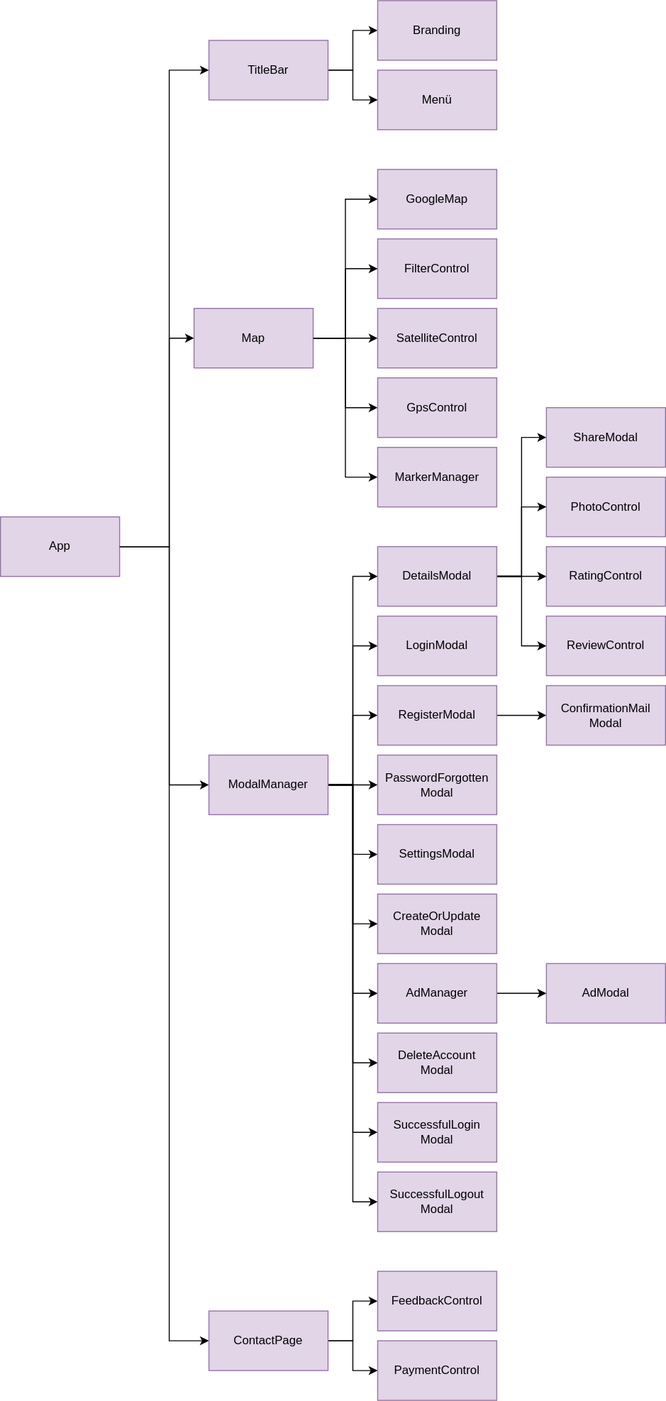
gartenkralle/geolocation-services-doc keeps this draw.io diagram as _images/architecture-front-end.drawio.svg. Above is the earlier version. Source tidied: cells renumbered, new cells last; positions are measured from the earlier drawing's top-left corner, leaving out a move shared by most shapes.
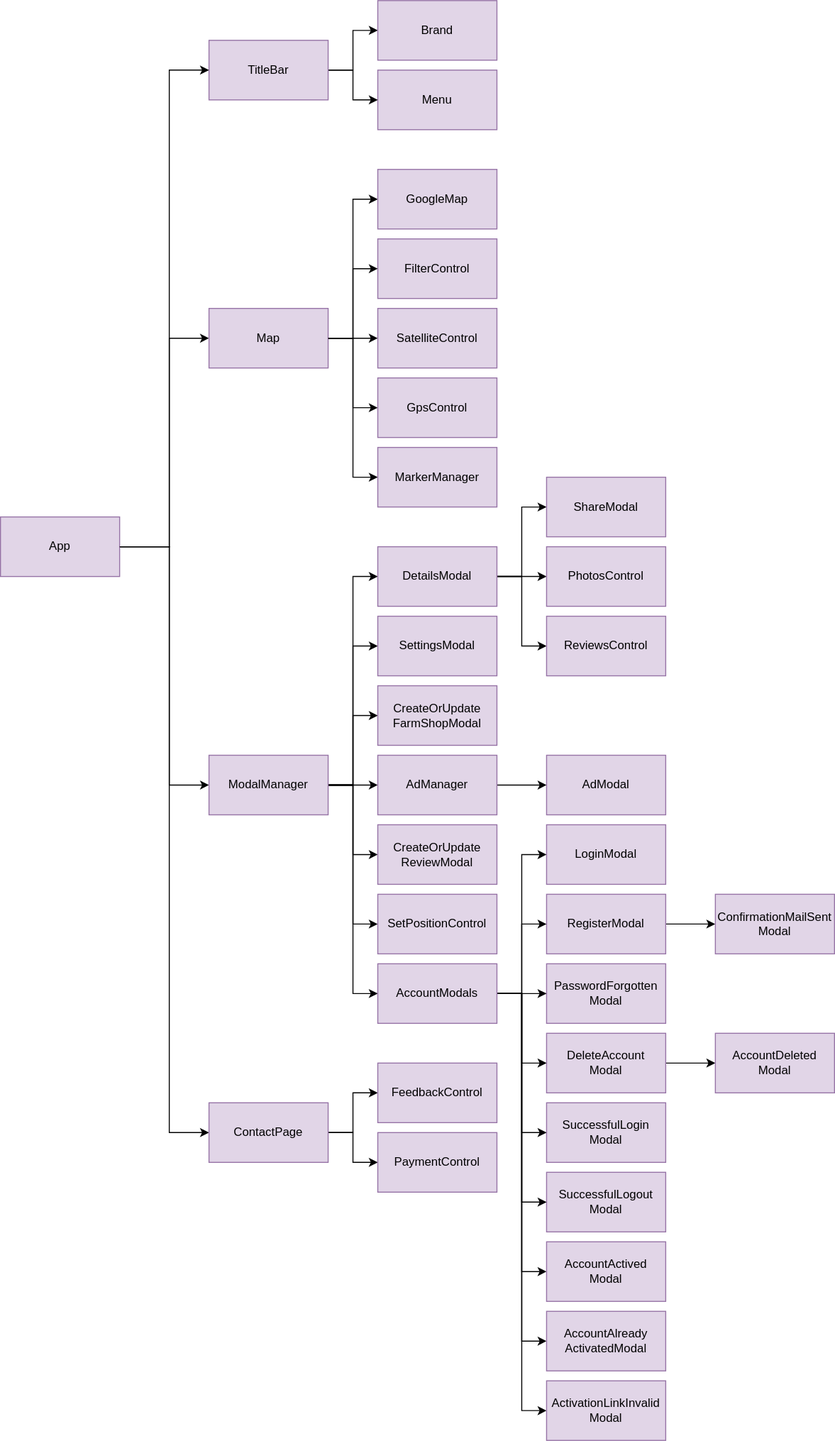
The same file after the commit.

Commit message:
update front end diagram

The edit, as a diff of the source:
```diff
@@ -22,14 +22,14 @@
       <mxGeometry relative="1" as="geometry">
         <Array as="points">
           <mxPoint x="170" y="550" />
-          <mxPoint x="170" y="1350" />
+          <mxPoint x="170" y="1140" />
         </Array>
       </mxGeometry>
     </mxCell>
     <mxCell id="5" value="App" style="rounded=0;whiteSpace=wrap;html=1;fillColor=#e1d5e7;strokeColor=#9673a6;" parent="1" vertex="1">
       <mxGeometry y="520" width="120" height="60" as="geometry" />
     </mxCell>
-    <mxCell id="6" value="Menü" style="rounded=0;whiteSpace=wrap;html=1;fillColor=#e1d5e7;strokeColor=#9673a6;" parent="1" vertex="1">
+    <mxCell id="6" value="Menu" style="rounded=0;whiteSpace=wrap;html=1;fillColor=#e1d5e7;strokeColor=#9673a6;" parent="1" vertex="1">
       <mxGeometry x="380" y="70" width="120" height="60" as="geometry" />
     </mxCell>
     <mxCell id="7" style="edgeStyle=orthogonalEdgeStyle;rounded=0;jettySize=auto;html=1;entryX=0;entryY=0.5;entryDx=0;entryDy=0;" parent="1" edge="1" source="11" target="27">
@@ -45,20 +45,11 @@
       <mxGeometry relative="1" as="geometry" />
     </mxCell>
     <mxCell id="11" value="Map" style="rounded=0;whiteSpace=wrap;html=1;fillColor=#e1d5e7;strokeColor=#9673a6;" parent="1" vertex="1">
-      <mxGeometry x="195" y="310" width="120" height="60" as="geometry" />
+      <mxGeometry x="210" y="310" width="120" height="60" as="geometry" />
     </mxCell>
     <mxCell id="12" style="edgeStyle=orthogonalEdgeStyle;rounded=0;jettySize=auto;html=1;entryX=0;entryY=0.5;entryDx=0;entryDy=0;" parent="1" edge="1" source="22" target="37">
       <mxGeometry relative="1" as="geometry" />
     </mxCell>
-    <mxCell id="13" style="edgeStyle=orthogonalEdgeStyle;rounded=0;jettySize=auto;html=1;entryX=0;entryY=0.5;entryDx=0;entryDy=0;" parent="1" edge="1" source="22" target="23">
-      <mxGeometry relative="1" as="geometry" />
-    </mxCell>
-    <mxCell id="14" style="edgeStyle=orthogonalEdgeStyle;rounded=0;jettySize=auto;html=1;entryX=0;entryY=0.5;entryDx=0;entryDy=0;" parent="1" edge="1" source="22" target="25">
-      <mxGeometry relative="1" as="geometry" />
-    </mxCell>
-    <mxCell id="15" style="edgeStyle=orthogonalEdgeStyle;rounded=0;jettySize=auto;html=1;entryX=0;entryY=0.5;entryDx=0;entryDy=0;" parent="1" edge="1" source="22" target="26">
-      <mxGeometry relative="1" as="geometry" />
-    </mxCell>
     <mxCell id="16" style="edgeStyle=orthogonalEdgeStyle;rounded=0;jettySize=auto;html=1;entryX=0;entryY=0.5;entryDx=0;entryDy=0;" parent="1" edge="1" source="22" target="31">
       <mxGeometry relative="1" as="geometry" />
     </mxCell>
@@ -68,29 +59,29 @@
     <mxCell id="18" style="edgeStyle=orthogonalEdgeStyle;rounded=0;jettySize=auto;html=1;entryX=0;entryY=0.5;entryDx=0;entryDy=0;" parent="1" edge="1" source="22" target="46">
       <mxGeometry relative="1" as="geometry" />
     </mxCell>
-    <mxCell id="19" style="edgeStyle=orthogonalEdgeStyle;rounded=0;jettySize=auto;html=1;entryX=0;entryY=0.5;entryDx=0;entryDy=0;" parent="1" edge="1" source="22" target="53">
-      <mxGeometry relative="1" as="geometry" />
-    </mxCell>
-    <mxCell id="20" style="edgeStyle=orthogonalEdgeStyle;rounded=0;jettySize=auto;html=1;entryX=0;entryY=0.5;entryDx=0;entryDy=0;" parent="1" edge="1" source="22" target="58">
-      <mxGeometry relative="1" as="geometry" />
-    </mxCell>
-    <mxCell id="21" style="edgeStyle=orthogonalEdgeStyle;rounded=0;jettySize=auto;html=1;entryX=0;entryY=0.5;entryDx=0;entryDy=0;" parent="1" edge="1" source="22" target="59">
-      <mxGeometry relative="1" as="geometry" />
-    </mxCell>
+    <mxCell id="61" style="edgeStyle=orthogonalEdgeStyle;rounded=0;jettySize=auto;html=1;entryX=0;entryY=0.5;entryDx=0;entryDy=0;" parent="1" edge="1" source="22" target="65">
+      <mxGeometry relative="1" as="geometry" />
+    </mxCell>
+    <mxCell id="62" style="edgeStyle=orthogonalEdgeStyle;rounded=0;jettySize=auto;html=1;entryX=0;entryY=0.5;entryDx=0;entryDy=0;" parent="1" edge="1" source="22" target="66">
+      <mxGeometry relative="1" as="geometry" />
+    </mxCell>
+    <mxCell id="63" style="edgeStyle=orthogonalEdgeStyle;rounded=0;jettySize=auto;html=1;entryX=0;entryY=0.5;entryDx=0;entryDy=0;" parent="1" edge="1" source="22" target="76">
+      <mxGeometry relative="1" as="geometry" />
+    </mxCell>
     <mxCell id="22" value="ModalManager" style="rounded=0;whiteSpace=wrap;html=1;fillColor=#e1d5e7;strokeColor=#9673a6;" parent="1" vertex="1">
       <mxGeometry x="210" y="760" width="120" height="60" as="geometry" />
     </mxCell>
     <mxCell id="23" value="LoginModal" style="rounded=0;whiteSpace=wrap;html=1;fillColor=#e1d5e7;strokeColor=#9673a6;" parent="1" vertex="1">
-      <mxGeometry x="380" y="620" width="120" height="60" as="geometry" />
+      <mxGeometry x="550" y="830" width="120" height="60" as="geometry" />
     </mxCell>
     <mxCell id="24" style="edgeStyle=orthogonalEdgeStyle;rounded=0;jettySize=auto;html=1;entryX=0;entryY=0.5;entryDx=0;entryDy=0;" parent="1" edge="1" source="25" target="60">
       <mxGeometry relative="1" as="geometry" />
     </mxCell>
     <mxCell id="25" value="RegisterModal" style="rounded=0;whiteSpace=wrap;html=1;fillColor=#e1d5e7;strokeColor=#9673a6;" parent="1" vertex="1">
-      <mxGeometry x="380" y="690" width="120" height="60" as="geometry" />
+      <mxGeometry x="550" y="900" width="120" height="60" as="geometry" />
     </mxCell>
     <mxCell id="26" value="PasswordForgotten&lt;div&gt;Modal&lt;/div&gt;" style="rounded=0;whiteSpace=wrap;html=1;fillColor=#e1d5e7;strokeColor=#9673a6;" parent="1" vertex="1">
-      <mxGeometry x="380" y="760" width="120" height="60" as="geometry" />
+      <mxGeometry x="550" y="970" width="120" height="60" as="geometry" />
     </mxCell>
     <mxCell id="27" value="GoogleMap" style="rounded=0;whiteSpace=wrap;html=1;fillColor=#e1d5e7;strokeColor=#9673a6;" parent="1" vertex="1">
       <mxGeometry x="380" y="170" width="120" height="60" as="geometry" />
@@ -105,10 +96,10 @@
       <mxGeometry x="380" y="380" width="120" height="60" as="geometry" />
     </mxCell>
     <mxCell id="31" value="SettingsModal" style="rounded=0;whiteSpace=wrap;html=1;fillColor=#e1d5e7;strokeColor=#9673a6;" parent="1" vertex="1">
-      <mxGeometry x="380" y="830" width="120" height="60" as="geometry" />
+      <mxGeometry x="380" y="620" width="120" height="60" as="geometry" />
     </mxCell>
-    <mxCell id="32" value="CreateOrUpdate&lt;div&gt;Modal&lt;/div&gt;" style="rounded=0;whiteSpace=wrap;html=1;fillColor=#e1d5e7;strokeColor=#9673a6;" parent="1" vertex="1">
-      <mxGeometry x="380" y="900" width="120" height="60" as="geometry" />
+    <mxCell id="32" value="CreateOrUpdate&lt;div&gt;FarmShop&lt;span style=&quot;background-color: initial;&quot;&gt;Modal&lt;/span&gt;&lt;/div&gt;" style="rounded=0;whiteSpace=wrap;html=1;fillColor=#e1d5e7;strokeColor=#9673a6;" parent="1" vertex="1">
+      <mxGeometry x="380" y="690" width="120" height="60" as="geometry" />
     </mxCell>
     <mxCell id="33" style="edgeStyle=orthogonalEdgeStyle;rounded=0;jettySize=auto;html=1;entryX=0;entryY=0.5;entryDx=0;entryDy=0;" parent="1" edge="1" source="37" target="54">
       <mxGeometry relative="1" as="geometry" />
@@ -119,9 +110,6 @@
     <mxCell id="35" style="edgeStyle=orthogonalEdgeStyle;rounded=0;jettySize=auto;html=1;entryX=0;entryY=0.5;entryDx=0;entryDy=0;" parent="1" edge="1" source="37" target="56">
       <mxGeometry relative="1" as="geometry" />
     </mxCell>
-    <mxCell id="36" style="edgeStyle=orthogonalEdgeStyle;rounded=0;jettySize=auto;html=1;entryX=0;entryY=0.5;entryDx=0;entryDy=0;" parent="1" edge="1" source="37" target="57">
-      <mxGeometry relative="1" as="geometry" />
-    </mxCell>
     <mxCell id="37" value="DetailsModal" style="rounded=0;whiteSpace=wrap;html=1;fillColor=#e1d5e7;strokeColor=#9673a6;" parent="1" vertex="1">
       <mxGeometry x="380" y="550" width="120" height="60" as="geometry" />
     </mxCell>
@@ -134,7 +122,7 @@
     <mxCell id="40" value="TitleBar" style="rounded=0;whiteSpace=wrap;html=1;fillColor=#e1d5e7;strokeColor=#9673a6;" parent="1" vertex="1">
       <mxGeometry x="210" y="40" width="120" height="60" as="geometry" />
     </mxCell>
-    <mxCell id="41" value="Branding" style="rounded=0;whiteSpace=wrap;html=1;fillColor=#e1d5e7;strokeColor=#9673a6;" parent="1" vertex="1">
+    <mxCell id="41" value="Brand" style="rounded=0;whiteSpace=wrap;html=1;fillColor=#e1d5e7;strokeColor=#9673a6;" parent="1" vertex="1">
       <mxGeometry x="380" width="120" height="60" as="geometry" />
     </mxCell>
     <mxCell id="42" style="endArrow=classic;html=1;rounded=0;exitX=1;exitY=0.5;exitDx=0;exitDy=0;entryX=0;entryY=0.5;entryDx=0;entryDy=0;" parent="1" edge="1" source="5" target="40">
@@ -150,13 +138,13 @@
       <mxGeometry relative="1" as="geometry" />
     </mxCell>
     <mxCell id="44" value="AdModal" style="rounded=0;whiteSpace=wrap;html=1;fillColor=#e1d5e7;strokeColor=#9673a6;" parent="1" vertex="1">
-      <mxGeometry x="550" y="970" width="120" height="60" as="geometry" />
+      <mxGeometry x="550" y="760" width="120" height="60" as="geometry" />
     </mxCell>
     <mxCell id="45" style="edgeStyle=orthogonalEdgeStyle;rounded=0;jettySize=auto;html=1;entryX=0;entryY=0.5;entryDx=0;entryDy=0;" parent="1" edge="1" source="46" target="44">
       <mxGeometry relative="1" as="geometry" />
     </mxCell>
     <mxCell id="46" value="AdManager" style="rounded=0;whiteSpace=wrap;html=1;fillColor=#e1d5e7;strokeColor=#9673a6;" parent="1" vertex="1">
-      <mxGeometry x="380" y="970" width="120" height="60" as="geometry" />
+      <mxGeometry x="380" y="760" width="120" height="60" as="geometry" />
     </mxCell>
     <mxCell id="47" style="edgeStyle=orthogonalEdgeStyle;rounded=0;jettySize=auto;html=1;entryX=0;entryY=0.5;entryDx=0;entryDy=0;" parent="1" edge="1" source="49" target="50">
       <mxGeometry relative="1" as="geometry" />
@@ -165,40 +153,88 @@
       <mxGeometry relative="1" as="geometry" />
     </mxCell>
     <mxCell id="49" value="ContactPage" style="rounded=0;whiteSpace=wrap;html=1;fillColor=#e1d5e7;strokeColor=#9673a6;" parent="1" vertex="1">
-      <mxGeometry x="210" y="1320" width="120" height="60" as="geometry" />
+      <mxGeometry x="210" y="1110" width="120" height="60" as="geometry" />
     </mxCell>
     <mxCell id="50" value="FeedbackControl" style="rounded=0;whiteSpace=wrap;html=1;fillColor=#e1d5e7;strokeColor=#9673a6;" parent="1" vertex="1">
-      <mxGeometry x="380" y="1280" width="120" height="60" as="geometry" />
+      <mxGeometry x="380" y="1070" width="120" height="60" as="geometry" />
     </mxCell>
     <mxCell id="51" value="PaymentControl" style="rounded=0;whiteSpace=wrap;html=1;fillColor=#e1d5e7;strokeColor=#9673a6;" parent="1" vertex="1">
-      <mxGeometry x="380" y="1350" width="120" height="60" as="geometry" />
+      <mxGeometry x="380" y="1140" width="120" height="60" as="geometry" />
     </mxCell>
     <mxCell id="52" value="MarkerManager" style="rounded=0;whiteSpace=wrap;html=1;fillColor=#e1d5e7;strokeColor=#9673a6;" parent="1" vertex="1">
       <mxGeometry x="380" y="450" width="120" height="60" as="geometry" />
     </mxCell>
+    <mxCell id="64" style="edgeStyle=orthogonalEdgeStyle;rounded=0;jettySize=auto;html=1;entryX=0;entryY=0.5;entryDx=0;entryDy=0;" parent="1" edge="1" source="53" target="77">
+      <mxGeometry relative="1" as="geometry" />
+    </mxCell>
     <mxCell id="53" value="DeleteAccount&lt;div&gt;Modal&lt;/div&gt;" style="rounded=0;whiteSpace=wrap;html=1;fillColor=#e1d5e7;strokeColor=#9673a6;" parent="1" vertex="1">
-      <mxGeometry x="380" y="1040" width="120" height="60" as="geometry" />
+      <mxGeometry x="550" y="1040" width="120" height="60" as="geometry" />
     </mxCell>
     <mxCell id="54" value="ShareModal" style="rounded=0;whiteSpace=wrap;html=1;flipV=1;fillColor=#e1d5e7;strokeColor=#9673a6;" parent="1" vertex="1">
-      <mxGeometry x="550" y="410" width="120" height="60" as="geometry" />
+      <mxGeometry x="550" y="480" width="120" height="60" as="geometry" />
     </mxCell>
-    <mxCell id="55" value="PhotoControl" style="rounded=0;whiteSpace=wrap;html=1;flipV=1;fillColor=#e1d5e7;strokeColor=#9673a6;" parent="1" vertex="1">
-      <mxGeometry x="550" y="480" width="120" height="60" as="geometry" />
+    <mxCell id="55" value="PhotosControl" style="rounded=0;whiteSpace=wrap;html=1;flipV=1;fillColor=#e1d5e7;strokeColor=#9673a6;" parent="1" vertex="1">
+      <mxGeometry x="550" y="550" width="120" height="60" as="geometry" />
     </mxCell>
-    <mxCell id="56" value="ReviewControl" style="rounded=0;whiteSpace=wrap;html=1;flipV=1;fillColor=#e1d5e7;strokeColor=#9673a6;" parent="1" vertex="1">
+    <mxCell id="56" value="ReviewsControl" style="rounded=0;whiteSpace=wrap;html=1;flipV=1;fillColor=#e1d5e7;strokeColor=#9673a6;" parent="1" vertex="1">
       <mxGeometry x="550" y="620" width="120" height="60" as="geometry" />
     </mxCell>
-    <mxCell id="57" value="RatingControl" style="rounded=0;whiteSpace=wrap;html=1;flipV=1;fillColor=#e1d5e7;strokeColor=#9673a6;" parent="1" vertex="1">
-      <mxGeometry x="550" y="550" width="120" height="60" as="geometry" />
-    </mxCell>
     <mxCell id="58" value="SuccessfulLogin&lt;div&gt;Modal&lt;/div&gt;" style="rounded=0;whiteSpace=wrap;html=1;fillColor=#e1d5e7;strokeColor=#9673a6;" parent="1" vertex="1">
-      <mxGeometry x="380" y="1110" width="120" height="60" as="geometry" />
+      <mxGeometry x="550" y="1110" width="120" height="60" as="geometry" />
     </mxCell>
     <mxCell id="59" value="SuccessfulLogout&lt;div&gt;Modal&lt;/div&gt;" style="rounded=0;whiteSpace=wrap;html=1;fillColor=#e1d5e7;strokeColor=#9673a6;" parent="1" vertex="1">
-      <mxGeometry x="380" y="1180" width="120" height="60" as="geometry" />
+      <mxGeometry x="550" y="1180" width="120" height="60" as="geometry" />
     </mxCell>
-    <mxCell id="60" value="ConfirmationMail&lt;div&gt;Modal&lt;/div&gt;" style="rounded=0;whiteSpace=wrap;html=1;fillColor=#e1d5e7;strokeColor=#9673a6;" parent="1" vertex="1">
-      <mxGeometry x="550" y="690" width="120" height="60" as="geometry" />
+    <mxCell id="60" value="ConfirmationMailSent&lt;div&gt;Modal&lt;/div&gt;" style="rounded=0;whiteSpace=wrap;html=1;fillColor=#e1d5e7;strokeColor=#9673a6;" parent="1" vertex="1">
+      <mxGeometry x="720" y="900" width="120" height="60" as="geometry" />
     </mxCell>
+    <mxCell id="65" value="CreateOrUpdate&lt;div&gt;ReviewModal&lt;/div&gt;" style="rounded=0;whiteSpace=wrap;html=1;fillColor=#e1d5e7;strokeColor=#9673a6;" parent="1" vertex="1">
+      <mxGeometry x="380" y="830" width="120" height="60" as="geometry" />
+    </mxCell>
+    <mxCell id="66" value="SetPositionControl" style="rounded=0;whiteSpace=wrap;html=1;fillColor=#e1d5e7;strokeColor=#9673a6;" parent="1" vertex="1">
+      <mxGeometry x="380" y="900" width="120" height="60" as="geometry" />
+    </mxCell>
+    <mxCell id="67" style="edgeStyle=orthogonalEdgeStyle;rounded=0;jettySize=auto;html=1;entryX=0;entryY=0.5;entryDx=0;entryDy=0;" parent="1" edge="1" source="76" target="23">
+      <mxGeometry relative="1" as="geometry" />
+    </mxCell>
+    <mxCell id="68" style="edgeStyle=orthogonalEdgeStyle;rounded=0;jettySize=auto;html=1;entryX=0;entryY=0.5;entryDx=0;entryDy=0;" parent="1" edge="1" source="76" target="25">
+      <mxGeometry relative="1" as="geometry" />
+    </mxCell>
+    <mxCell id="69" style="edgeStyle=orthogonalEdgeStyle;rounded=0;jettySize=auto;html=1;entryX=0;entryY=0.5;entryDx=0;entryDy=0;" parent="1" edge="1" source="76" target="26">
+      <mxGeometry relative="1" as="geometry" />
+    </mxCell>
+    <mxCell id="70" style="edgeStyle=orthogonalEdgeStyle;rounded=0;jettySize=auto;html=1;entryX=0;entryY=0.5;entryDx=0;entryDy=0;" parent="1" edge="1" source="76" target="53">
+      <mxGeometry relative="1" as="geometry" />
+    </mxCell>
+    <mxCell id="71" style="edgeStyle=orthogonalEdgeStyle;rounded=0;jettySize=auto;html=1;entryX=0;entryY=0.5;entryDx=0;entryDy=0;" parent="1" edge="1" source="76" target="58">
+      <mxGeometry relative="1" as="geometry" />
+    </mxCell>
+    <mxCell id="72" style="edgeStyle=orthogonalEdgeStyle;rounded=0;jettySize=auto;html=1;entryX=0;entryY=0.5;entryDx=0;entryDy=0;" parent="1" edge="1" source="76" target="59">
+      <mxGeometry relative="1" as="geometry" />
+    </mxCell>
+    <mxCell id="73" style="edgeStyle=orthogonalEdgeStyle;rounded=0;jettySize=auto;html=1;entryX=0;entryY=0.5;entryDx=0;entryDy=0;" parent="1" edge="1" source="76" target="78">
+      <mxGeometry relative="1" as="geometry" />
+    </mxCell>
+    <mxCell id="74" style="edgeStyle=orthogonalEdgeStyle;rounded=0;jettySize=auto;html=1;entryX=0;entryY=0.5;entryDx=0;entryDy=0;" parent="1" edge="1" source="76" target="79">
+      <mxGeometry relative="1" as="geometry" />
+    </mxCell>
+    <mxCell id="75" style="edgeStyle=orthogonalEdgeStyle;rounded=0;jettySize=auto;html=1;entryX=0;entryY=0.5;entryDx=0;entryDy=0;" parent="1" edge="1" source="76" target="80">
+      <mxGeometry relative="1" as="geometry" />
+    </mxCell>
+    <mxCell id="76" value="AccountModals" style="rounded=0;whiteSpace=wrap;html=1;fillColor=#e1d5e7;strokeColor=#9673a6;" parent="1" vertex="1">
+      <mxGeometry x="380" y="970" width="120" height="60" as="geometry" />
+    </mxCell>
+    <mxCell id="77" value="AccountDeleted&lt;div&gt;Modal&lt;/div&gt;" style="rounded=0;whiteSpace=wrap;html=1;fillColor=#e1d5e7;strokeColor=#9673a6;" parent="1" vertex="1">
+      <mxGeometry x="720" y="1040" width="120" height="60" as="geometry" />
+    </mxCell>
+    <mxCell id="78" value="AccountActived&lt;div&gt;Modal&lt;/div&gt;" style="rounded=0;whiteSpace=wrap;html=1;fillColor=#e1d5e7;strokeColor=#9673a6;" parent="1" vertex="1">
+      <mxGeometry x="550" y="1250" width="120" height="60" as="geometry" />
+    </mxCell>
+    <mxCell id="79" value="AccountAlready&lt;div&gt;ActivatedModal&lt;/div&gt;" style="rounded=0;whiteSpace=wrap;html=1;fillColor=#e1d5e7;strokeColor=#9673a6;" parent="1" vertex="1">
+      <mxGeometry x="550" y="1320" width="120" height="60" as="geometry" />
+    </mxCell>
+    <mxCell id="80" value="ActivationLinkInvalid&lt;div&gt;Modal&lt;/div&gt;" style="rounded=0;whiteSpace=wrap;html=1;fillColor=#e1d5e7;strokeColor=#9673a6;" parent="1" vertex="1">
+      <mxGeometry x="550" y="1390" width="120" height="60" as="geometry" />
+    </mxCell>
   </root>
 </mxGraphModel>
```
